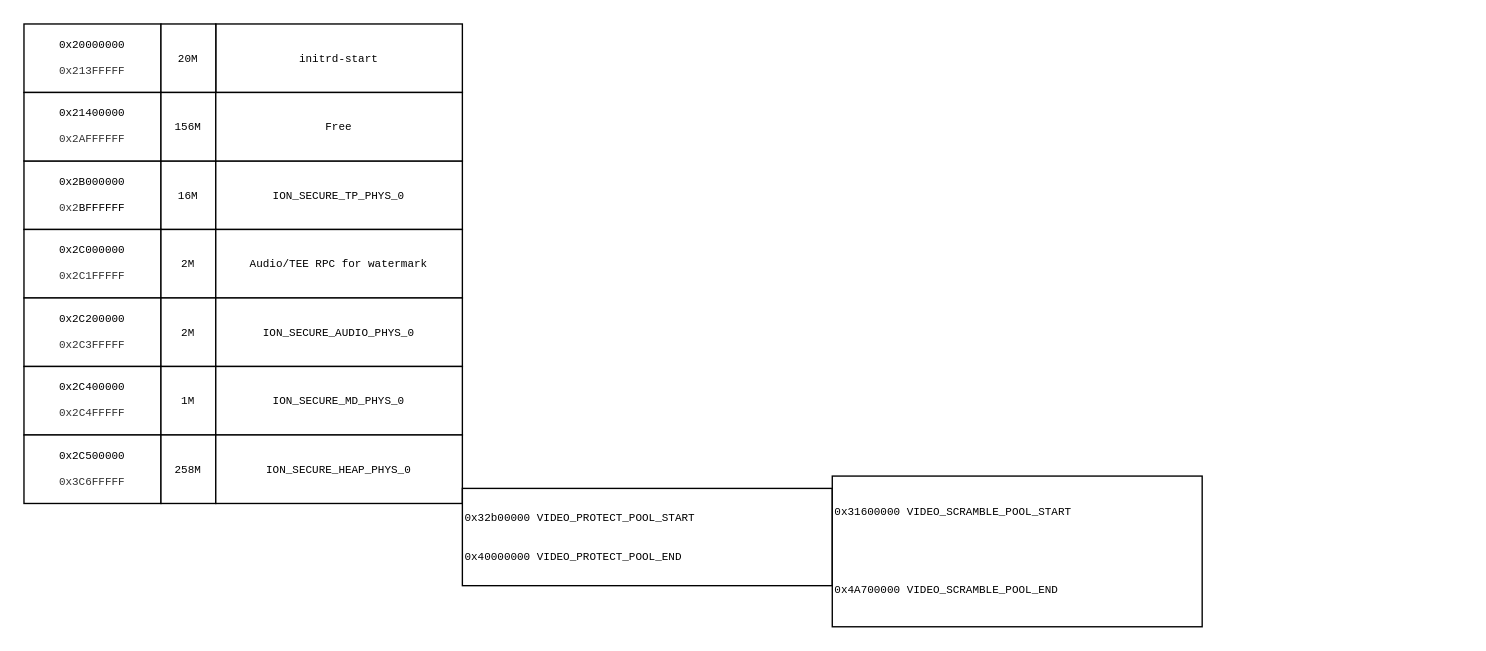
This is memory_layout.drawio from qmlsxxxx/draw.io, a draw.io file, before an edit. Source tidied: cells renumbered, new cells numbered last; positions are measured from the earlier drawing's top-left corner, leaving out a move shared by most shapes. Both pictures are drawn from the tidied source at 137%, with x=0, y=0 at pixel (23, 23).
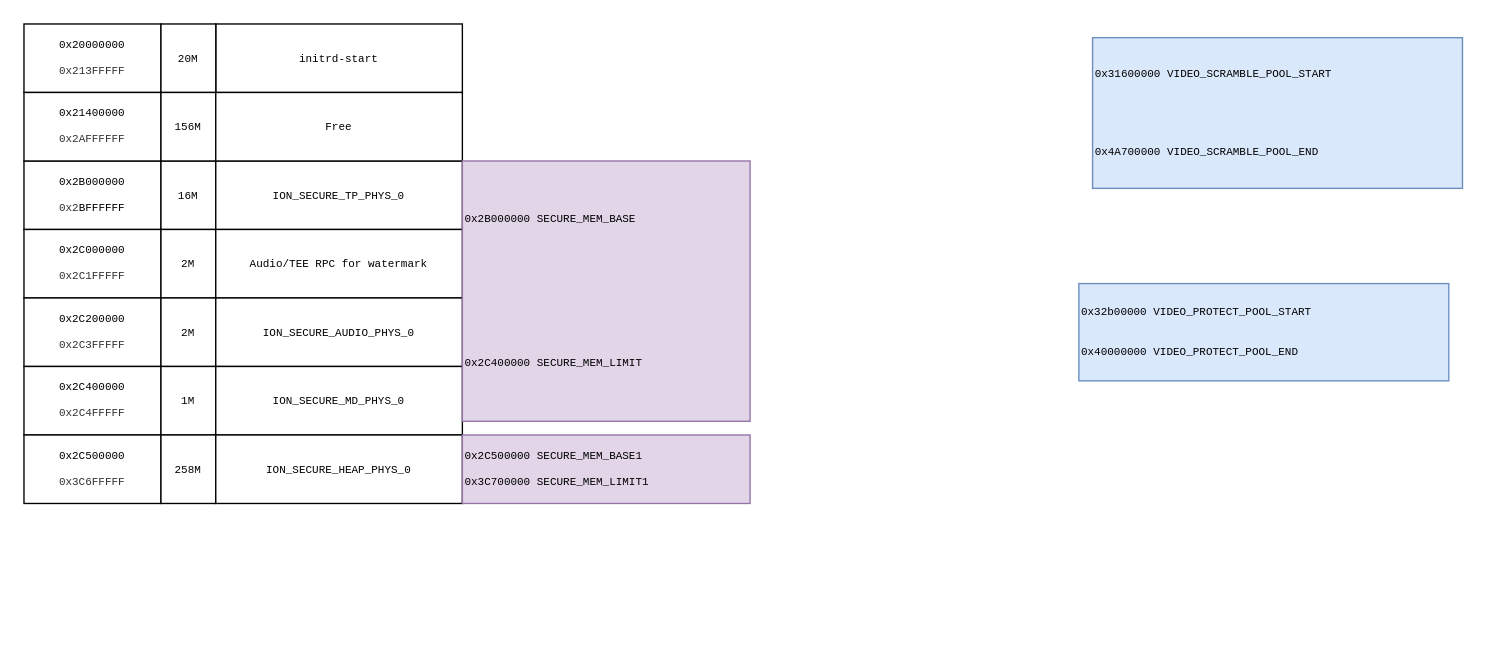
Above is the later version.

The edit, as a diff of the source:
```diff
@@
-    <mxCell id="23" value="&lt;span style=&quot;font-size: 8px;&quot;&gt;0x32b00000 VIDEO_PROTECT_POOL_START&lt;/span&gt;&lt;br style=&quot;font-size: 8px;&quot;&gt;&lt;br style=&quot;font-size: 8px;&quot;&gt;&lt;br style=&quot;font-size: 8px;&quot;&gt;&lt;span style=&quot;font-size: 8px;&quot;&gt;0x40000000 VIDEO_PROTECT_POOL_END&lt;/span&gt;" style="rounded=0;whiteSpace=wrap;html=1;fontFamily=Courier New;fontSize=8;align=left;" parent="1" vertex="1">
-      <mxGeometry x="320" y="339" width="270" height="71" as="geometry" />
+    <mxCell id="23" value="&lt;span style=&quot;font-size: 8px;&quot;&gt;0x32b00000 VIDEO_PROTECT_POOL_START&lt;/span&gt;&lt;br style=&quot;font-size: 8px;&quot;&gt;&lt;br style=&quot;font-size: 8px;&quot;&gt;&lt;br style=&quot;font-size: 8px;&quot;&gt;&lt;span style=&quot;font-size: 8px;&quot;&gt;0x40000000 VIDEO_PROTECT_POOL_END&lt;/span&gt;" style="rounded=0;whiteSpace=wrap;html=1;fontFamily=Courier New;fontSize=8;align=left;fillColor=#dae8fc;strokeColor=#6c8ebf;" parent="1" vertex="1">
+      <mxGeometry x="770" y="189.5" width="270" height="71" as="geometry" />
     </mxCell>
-    <mxCell id="24" value="&lt;span style=&quot;font-size: 8px&quot;&gt;0x31600000&amp;nbsp;VIDEO_SCRAMBLE_POOL_START&lt;/span&gt;&lt;br style=&quot;font-size: 8px&quot;&gt;&lt;br style=&quot;font-size: 8px&quot;&gt;&lt;br&gt;&lt;br&gt;&lt;br&gt;&lt;br style=&quot;font-size: 8px&quot;&gt;&lt;span style=&quot;font-size: 8px&quot;&gt;0x4A700000&amp;nbsp;VIDEO_SCRAMBLE_POOL_END&lt;/span&gt;" style="rounded=0;whiteSpace=wrap;html=1;fontFamily=Courier New;fontSize=8;align=left;" parent="1" vertex="1">
-      <mxGeometry x="590" y="330" width="270" height="110" as="geometry" />
+    <mxCell id="24" value="&lt;span style=&quot;font-size: 8px&quot;&gt;0x31600000&amp;nbsp;VIDEO_SCRAMBLE_POOL_START&lt;/span&gt;&lt;br style=&quot;font-size: 8px&quot;&gt;&lt;br style=&quot;font-size: 8px&quot;&gt;&lt;br&gt;&lt;br&gt;&lt;br&gt;&lt;br style=&quot;font-size: 8px&quot;&gt;&lt;span style=&quot;font-size: 8px&quot;&gt;0x4A700000&amp;nbsp;VIDEO_SCRAMBLE_POOL_END&lt;/span&gt;" style="rounded=0;whiteSpace=wrap;html=1;fontFamily=Courier New;fontSize=8;align=left;fillColor=#dae8fc;strokeColor=#6c8ebf;" parent="1" vertex="1">
+      <mxGeometry x="780" y="10" width="270" height="110" as="geometry" />
     </mxCell>
+    <mxCell id="25" value="&lt;span style=&quot;font-size: 8px&quot;&gt;0x2B000000&amp;nbsp;&lt;/span&gt;&lt;span style=&quot;font-size: 8px&quot;&gt;SECURE_MEM_BASE&lt;/span&gt;&lt;br style=&quot;font-size: 8px&quot;&gt;&lt;br&gt;&lt;br&gt;&lt;br&gt;&lt;br&gt;&lt;br&gt;&lt;br&gt;&lt;br&gt;&lt;br&gt;&lt;br style=&quot;font-size: 8px&quot;&gt;&lt;br style=&quot;font-size: 8px&quot;&gt;&lt;span style=&quot;font-size: 8px&quot;&gt;0x2C400000&amp;nbsp;&lt;/span&gt;&lt;span style=&quot;font-size: 8px&quot;&gt;SECURE_MEM_LIMIT&lt;/span&gt;" style="rounded=0;whiteSpace=wrap;html=1;fontFamily=Courier New;fontSize=8;align=left;fillColor=#e1d5e7;strokeColor=#9673a6;" parent="1" vertex="1">
+      <mxGeometry x="320" y="100" width="210" height="190" as="geometry" />
+    </mxCell>
+    <mxCell id="26" value="&lt;span style=&quot;font-size: 8px&quot;&gt;0x2C500000&amp;nbsp;&lt;/span&gt;&lt;span style=&quot;font-size: 8px&quot;&gt;SECURE_MEM_BASE1&lt;/span&gt;&lt;br style=&quot;font-size: 8px&quot;&gt;&lt;br style=&quot;font-size: 8px&quot;&gt;&lt;span style=&quot;font-size: 8px&quot;&gt;0x3C700000&amp;nbsp;&lt;/span&gt;&lt;span style=&quot;font-size: 8px&quot;&gt;SECURE_MEM_LIMIT1&lt;/span&gt;" style="rounded=0;whiteSpace=wrap;html=1;fontFamily=Courier New;fontSize=8;align=left;fillColor=#e1d5e7;strokeColor=#9673a6;" parent="1" vertex="1">
+      <mxGeometry x="320" y="300" width="210" height="50" as="geometry" />
+    </mxCell>
```
